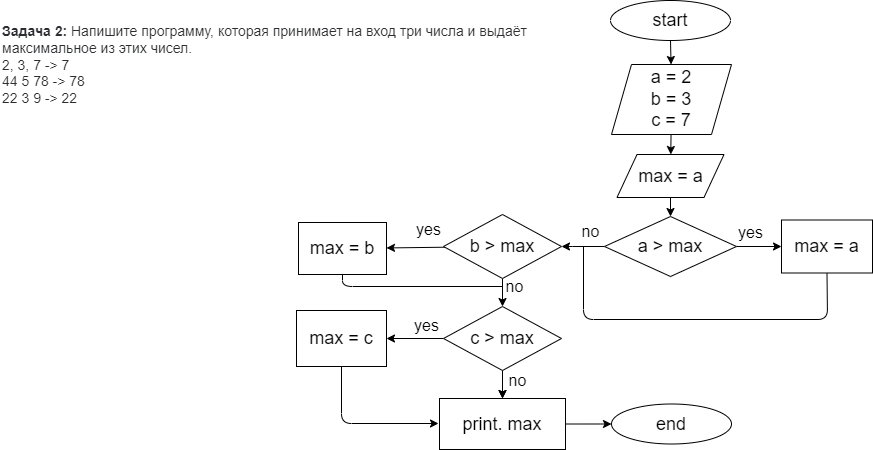
Before: Task_2/diagram.drawio.png, a diagram exported from draw.io (LiudmilaKozenkova/CSharp_Homework_Seminar1). Source tidied: cells renumbered, new cells last; positions are measured from the earlier drawing's top-left corner, leaving out a move shared by most shapes. Its diagram source:
```xml
<mxGraphModel>
  <root>
    <mxCell id="0" />
    <mxCell id="1" parent="0" />
    <mxCell id="2" style="edgeStyle=none;html=1;fontSize=18;" parent="1" edge="1" source="3" target="6">
      <mxGeometry relative="1" as="geometry" />
    </mxCell>
    <mxCell id="3" value="&lt;font style=&quot;font-size: 18px&quot;&gt;start&lt;/font&gt;" style="ellipse;whiteSpace=wrap;html=1;" parent="1" vertex="1">
      <mxGeometry x="610" width="120" height="40" as="geometry" />
    </mxCell>
    <mxCell id="4" value="&lt;p style=&quot;box-sizing: border-box; margin: 0px; font-weight: 400; color: rgb(44, 45, 48); font-family: roboto, &amp;quot;san francisco&amp;quot;, &amp;quot;helvetica neue&amp;quot;, helvetica, arial; font-size: 14px; font-style: normal; letter-spacing: normal; text-indent: 0px; text-transform: none; word-spacing: 0px; background-color: rgb(255, 255, 255);&quot;&gt;&lt;strong style=&quot;box-sizing: border-box ; font-weight: 700&quot;&gt;Задача 2:&lt;/strong&gt;&lt;span&gt;&amp;nbsp;&lt;/span&gt;Напишите программу, которая принимает на вход три числа и выдаёт максимальное из этих чисел.&lt;/p&gt;&lt;p style=&quot;box-sizing: border-box; margin: 0px; font-weight: 400; color: rgb(44, 45, 48); font-family: roboto, &amp;quot;san francisco&amp;quot;, &amp;quot;helvetica neue&amp;quot;, helvetica, arial; font-size: 14px; font-style: normal; letter-spacing: normal; text-indent: 0px; text-transform: none; word-spacing: 0px; background-color: rgb(255, 255, 255);&quot;&gt;2, 3, 7 -&amp;gt; 7&lt;br style=&quot;box-sizing: border-box&quot;&gt;44 5 78 -&amp;gt; 78&lt;br style=&quot;box-sizing: border-box&quot;&gt;22 3 9 -&amp;gt; 22&lt;/p&gt;" style="text;whiteSpace=wrap;html=1;fontSize=18;" parent="1" vertex="1">
      <mxGeometry y="16" width="550" height="130" as="geometry" />
    </mxCell>
    <mxCell id="5" style="edgeStyle=none;html=1;fontSize=16;" parent="1" edge="1" source="6" target="11">
      <mxGeometry relative="1" as="geometry" />
    </mxCell>
    <mxCell id="6" value="&lt;font style=&quot;font-size: 18px&quot;&gt;a = 2&lt;br&gt;b = 3&lt;br&gt;c = 7&lt;br&gt;&lt;/font&gt;" style="shape=parallelogram;perimeter=parallelogramPerimeter;whiteSpace=wrap;html=1;fixedSize=1;" parent="1" vertex="1">
      <mxGeometry x="611" y="64" width="120" height="70" as="geometry" />
    </mxCell>
    <mxCell id="7" style="edgeStyle=none;html=1;fontSize=18;" parent="1" edge="1" source="9" target="13">
      <mxGeometry relative="1" as="geometry" />
    </mxCell>
    <mxCell id="8" style="edgeStyle=none;html=1;fontSize=18;exitX=0;exitY=0.5;exitDx=0;exitDy=0;" parent="1" edge="1" source="9" target="17">
      <mxGeometry relative="1" as="geometry">
        <Array as="points">
          <mxPoint x="562" y="246" />
        </Array>
      </mxGeometry>
    </mxCell>
    <mxCell id="9" value="&lt;font style=&quot;font-size: 18px&quot;&gt;a &amp;gt; max&lt;/font&gt;" style="rhombus;whiteSpace=wrap;html=1;" parent="1" vertex="1">
      <mxGeometry x="604" y="216" width="132" height="60" as="geometry" />
    </mxCell>
    <mxCell id="10" value="&lt;font style=&quot;font-size: 16px&quot;&gt;yes&lt;/font&gt;" style="text;html=1;align=center;verticalAlign=middle;strokeColor=none;fillColor=none;fontSize=18;" parent="1" vertex="1">
      <mxGeometry x="730" y="216.5" width="40" height="30" as="geometry" />
    </mxCell>
    <mxCell id="11" value="&lt;font style=&quot;font-size: 18px&quot;&gt;max = a&lt;/font&gt;" style="shape=parallelogram;perimeter=parallelogramPerimeter;whiteSpace=wrap;html=1;fixedSize=1;fontSize=16;" parent="1" vertex="1">
      <mxGeometry x="616.5" y="154" width="107" height="43" as="geometry" />
    </mxCell>
    <mxCell id="12" style="endArrow=classic;html=1;fontSize=18;exitX=0.5;exitY=1;exitDx=0;exitDy=0;" parent="1" edge="1" source="11" target="9">
      <mxGeometry relative="1" as="geometry" />
    </mxCell>
    <mxCell id="13" value="&lt;font style=&quot;font-size: 18px&quot;&gt;max = a&lt;/font&gt;" style="whiteSpace=wrap;html=1;" parent="1" vertex="1">
      <mxGeometry x="781" y="219.5" width="91" height="53" as="geometry" />
    </mxCell>
    <mxCell id="14" value="&lt;font style=&quot;font-size: 16px&quot;&gt;no&lt;/font&gt;" style="text;html=1;align=center;verticalAlign=middle;strokeColor=none;fillColor=none;fontSize=18;" parent="1" vertex="1">
      <mxGeometry x="576" y="217" width="28" height="27" as="geometry" />
    </mxCell>
    <mxCell id="15" style="edgeStyle=none;html=1;fontSize=18;" parent="1" edge="1" source="17" target="18">
      <mxGeometry relative="1" as="geometry" />
    </mxCell>
    <mxCell id="16" style="edgeStyle=none;html=1;fontSize=18;" parent="1" edge="1" source="17" target="22">
      <mxGeometry relative="1" as="geometry" />
    </mxCell>
    <mxCell id="17" value="&lt;font style=&quot;font-size: 18px&quot;&gt;b &amp;gt; max&lt;/font&gt;" style="rhombus;whiteSpace=wrap;html=1;" parent="1" vertex="1">
      <mxGeometry x="443" y="214" width="118" height="64" as="geometry" />
    </mxCell>
    <mxCell id="18" value="&lt;font style=&quot;font-size: 18px&quot;&gt;max = b&lt;/font&gt;" style="whiteSpace=wrap;html=1;" parent="1" vertex="1">
      <mxGeometry x="298" y="222" width="88" height="52" as="geometry" />
    </mxCell>
    <mxCell id="19" style="edgeStyle=none;html=1;fontSize=16;" parent="1" edge="1" source="22" target="25">
      <mxGeometry relative="1" as="geometry" />
    </mxCell>
    <mxCell id="20" style="edgeStyle=none;html=1;fontSize=18;" parent="1" edge="1" source="22" target="27">
      <mxGeometry relative="1" as="geometry" />
    </mxCell>
    <mxCell id="21" style="edgeStyle=none;html=1;fontSize=18;" parent="1" edge="1" source="22" target="25">
      <mxGeometry relative="1" as="geometry" />
    </mxCell>
    <mxCell id="22" value="&lt;font style=&quot;font-size: 18px&quot;&gt;c &amp;gt; max&lt;/font&gt;" style="rhombus;whiteSpace=wrap;html=1;" parent="1" vertex="1">
      <mxGeometry x="443" y="306" width="118" height="64" as="geometry" />
    </mxCell>
    <mxCell id="23" value="&lt;font style=&quot;font-size: 16px&quot;&gt;no&lt;/font&gt;" style="text;html=1;align=center;verticalAlign=middle;strokeColor=none;fillColor=none;fontSize=18;" parent="1" vertex="1">
      <mxGeometry x="500" y="272.5" width="28" height="27" as="geometry" />
    </mxCell>
    <mxCell id="24" value="&lt;font style=&quot;font-size: 16px&quot;&gt;yes&lt;/font&gt;" style="text;html=1;align=center;verticalAlign=middle;strokeColor=none;fillColor=none;fontSize=18;" parent="1" vertex="1">
      <mxGeometry x="408" y="214" width="40" height="30" as="geometry" />
    </mxCell>
    <mxCell id="25" value="&lt;span style=&quot;font-size: 18px&quot;&gt;print. max&lt;/span&gt;" style="whiteSpace=wrap;html=1;" parent="1" vertex="1">
      <mxGeometry x="439" y="398" width="126" height="51" as="geometry" />
    </mxCell>
    <mxCell id="26" value="&lt;font style=&quot;font-size: 16px&quot;&gt;no&lt;/font&gt;" style="text;html=1;align=center;verticalAlign=middle;strokeColor=none;fillColor=none;fontSize=18;" parent="1" vertex="1">
      <mxGeometry x="503" y="366" width="28" height="27" as="geometry" />
    </mxCell>
    <mxCell id="27" value="&lt;font style=&quot;font-size: 18px&quot;&gt;max = c&lt;/font&gt;" style="whiteSpace=wrap;html=1;" parent="1" vertex="1">
      <mxGeometry x="296" y="310" width="90" height="56" as="geometry" />
    </mxCell>
    <mxCell id="28" value="&lt;font style=&quot;font-size: 16px&quot;&gt;yes&lt;/font&gt;" style="text;html=1;align=center;verticalAlign=middle;strokeColor=none;fillColor=none;fontSize=18;" parent="1" vertex="1">
      <mxGeometry x="406" y="310" width="40" height="30" as="geometry" />
    </mxCell>
    <mxCell id="29" style="endArrow=classic;html=1;fontSize=18;exitX=0.5;exitY=1;exitDx=0;exitDy=0;" parent="1" edge="1" source="27">
      <mxGeometry relative="1" as="geometry">
        <mxPoint x="438" y="423" as="targetPoint" />
        <Array as="points">
          <mxPoint x="341" y="423" />
        </Array>
      </mxGeometry>
    </mxCell>
    <mxCell id="30" value="&lt;font style=&quot;font-size: 18px&quot;&gt;end&lt;/font&gt;" style="ellipse;whiteSpace=wrap;html=1;" parent="1" vertex="1">
      <mxGeometry x="611" y="403.5" width="120" height="40" as="geometry" />
    </mxCell>
    <mxCell id="31" style="endArrow=classic;html=1;fontSize=18;exitX=1;exitY=0.5;exitDx=0;exitDy=0;entryX=0;entryY=0.5;entryDx=0;entryDy=0;" parent="1" edge="1" source="25" target="30">
      <mxGeometry relative="1" as="geometry" />
    </mxCell>
    <mxCell id="32" style="endArrow=none;html=1;fontSize=18;entryX=0.5;entryY=1;entryDx=0;entryDy=0;" parent="1" edge="1" target="13">
      <mxGeometry relative="1" as="geometry">
        <mxPoint x="583" y="246" as="sourcePoint" />
        <Array as="points">
          <mxPoint x="583" y="319" />
          <mxPoint x="827" y="319" />
        </Array>
      </mxGeometry>
    </mxCell>
    <mxCell id="33" style="endArrow=none;html=1;fontSize=18;exitX=0.5;exitY=1;exitDx=0;exitDy=0;" parent="1" edge="1" source="18">
      <mxGeometry relative="1" as="geometry">
        <mxPoint x="502" y="286" as="targetPoint" />
        <Array as="points">
          <mxPoint x="342" y="286" />
        </Array>
      </mxGeometry>
    </mxCell>
  </root>
</mxGraphModel>
```
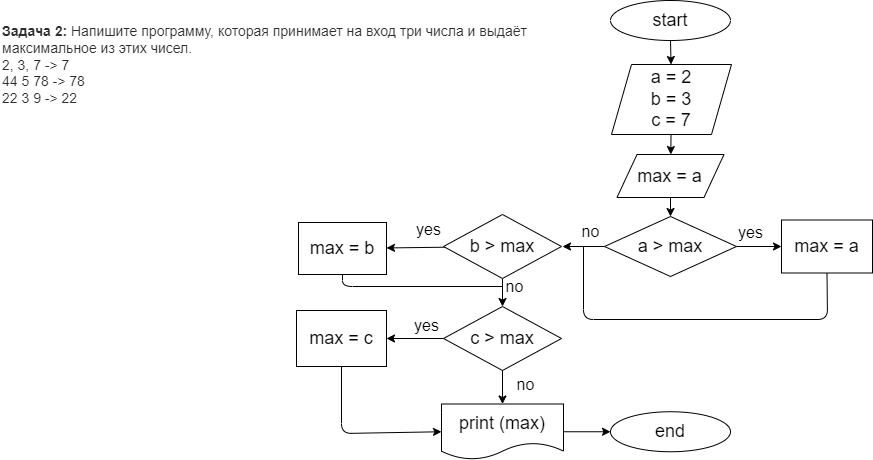
After the change.

What changed in the source:
```diff
@@ -57,15 +57,12 @@
     <mxCell id="18" value="&lt;font style=&quot;font-size: 18px&quot;&gt;max = b&lt;/font&gt;" style="whiteSpace=wrap;html=1;" parent="1" vertex="1">
       <mxGeometry x="298" y="222" width="88" height="52" as="geometry" />
     </mxCell>
-    <mxCell id="19" style="edgeStyle=none;html=1;fontSize=16;" parent="1" edge="1" source="22" target="25">
+    <mxCell id="19" style="edgeStyle=none;html=1;fontSize=16;entryX=0.5;entryY=0;entryDx=0;entryDy=0;" parent="1" edge="1" source="22" target="34">
       <mxGeometry relative="1" as="geometry" />
     </mxCell>
     <mxCell id="20" style="edgeStyle=none;html=1;fontSize=18;" parent="1" edge="1" source="22" target="27">
       <mxGeometry relative="1" as="geometry" />
     </mxCell>
-    <mxCell id="21" style="edgeStyle=none;html=1;fontSize=18;" parent="1" edge="1" source="22" target="25">
-      <mxGeometry relative="1" as="geometry" />
-    </mxCell>
     <mxCell id="22" value="&lt;font style=&quot;font-size: 18px&quot;&gt;c &amp;gt; max&lt;/font&gt;" style="rhombus;whiteSpace=wrap;html=1;" parent="1" vertex="1">
       <mxGeometry x="443" y="306" width="118" height="64" as="geometry" />
     </mxCell>
@@ -75,11 +72,8 @@
     <mxCell id="24" value="&lt;font style=&quot;font-size: 16px&quot;&gt;yes&lt;/font&gt;" style="text;html=1;align=center;verticalAlign=middle;strokeColor=none;fillColor=none;fontSize=18;" parent="1" vertex="1">
       <mxGeometry x="408" y="214" width="40" height="30" as="geometry" />
     </mxCell>
-    <mxCell id="25" value="&lt;span style=&quot;font-size: 18px&quot;&gt;print. max&lt;/span&gt;" style="whiteSpace=wrap;html=1;" parent="1" vertex="1">
-      <mxGeometry x="439" y="398" width="126" height="51" as="geometry" />
-    </mxCell>
     <mxCell id="26" value="&lt;font style=&quot;font-size: 16px&quot;&gt;no&lt;/font&gt;" style="text;html=1;align=center;verticalAlign=middle;strokeColor=none;fillColor=none;fontSize=18;" parent="1" vertex="1">
-      <mxGeometry x="503" y="366" width="28" height="27" as="geometry" />
+      <mxGeometry x="511" y="370" width="28" height="27" as="geometry" />
     </mxCell>
     <mxCell id="27" value="&lt;font style=&quot;font-size: 18px&quot;&gt;max = c&lt;/font&gt;" style="whiteSpace=wrap;html=1;" parent="1" vertex="1">
       <mxGeometry x="296" y="310" width="90" height="56" as="geometry" />
@@ -87,18 +81,17 @@
     <mxCell id="28" value="&lt;font style=&quot;font-size: 16px&quot;&gt;yes&lt;/font&gt;" style="text;html=1;align=center;verticalAlign=middle;strokeColor=none;fillColor=none;fontSize=18;" parent="1" vertex="1">
       <mxGeometry x="406" y="310" width="40" height="30" as="geometry" />
     </mxCell>
-    <mxCell id="29" style="endArrow=classic;html=1;fontSize=18;exitX=0.5;exitY=1;exitDx=0;exitDy=0;" parent="1" edge="1" source="27">
+    <mxCell id="29" style="endArrow=classic;html=1;fontSize=18;exitX=0.5;exitY=1;exitDx=0;exitDy=0;entryX=0;entryY=0.5;entryDx=0;entryDy=0;" parent="1" edge="1" source="27" target="34">
       <mxGeometry relative="1" as="geometry">
-        <mxPoint x="438" y="423" as="targetPoint" />
         <Array as="points">
-          <mxPoint x="341" y="423" />
+          <mxPoint x="341" y="433" />
         </Array>
       </mxGeometry>
     </mxCell>
     <mxCell id="30" value="&lt;font style=&quot;font-size: 18px&quot;&gt;end&lt;/font&gt;" style="ellipse;whiteSpace=wrap;html=1;" parent="1" vertex="1">
-      <mxGeometry x="611" y="403.5" width="120" height="40" as="geometry" />
+      <mxGeometry x="610" y="411.2" width="120" height="40" as="geometry" />
     </mxCell>
-    <mxCell id="31" style="endArrow=classic;html=1;fontSize=18;exitX=1;exitY=0.5;exitDx=0;exitDy=0;entryX=0;entryY=0.5;entryDx=0;entryDy=0;" parent="1" edge="1" source="25" target="30">
+    <mxCell id="31" style="endArrow=classic;html=1;fontSize=18;exitX=1;exitY=0.5;exitDx=0;exitDy=0;entryX=0;entryY=0.5;entryDx=0;entryDy=0;" parent="1" edge="1" source="34" target="30">
       <mxGeometry relative="1" as="geometry" />
     </mxCell>
     <mxCell id="32" style="endArrow=none;html=1;fontSize=18;entryX=0.5;entryY=1;entryDx=0;entryDy=0;" parent="1" edge="1" target="13">
@@ -118,5 +111,8 @@
         </Array>
       </mxGeometry>
     </mxCell>
+    <mxCell id="34" value="print (max)" style="shape=document;whiteSpace=wrap;html=1;boundedLbl=1;fontSize=18;" parent="1" vertex="1">
+      <mxGeometry x="441" y="403.5" width="122" height="55.5" as="geometry" />
+    </mxCell>
   </root>
 </mxGraphModel>
```
